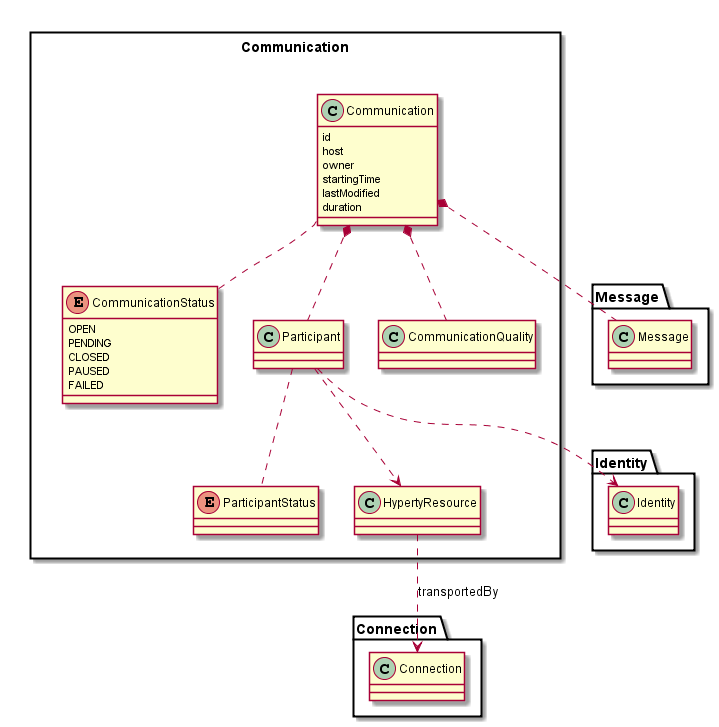
Above: docs/datamodel/data-objects/communication/Communication-Data-Object-Model.png in reTHINK-project/dev-service-framework (PlantUML), before the change. Source of this version:
```plantuml
@startuml "../../docs/datamodel/data-objects/communication/Communication-Data-Object-Model.png"

package Communication <<Rect>> {

	class Communication {
		id
		host
		owner
		startingTime
		lastModified
		duration
	}

	enum CommunicationStatus {
		OPEN
		PENDING
		CLOSED
		PAUSED
		FAILED
	}

	enum ParticipantStatus {
	}

	class Participant {
	}

	class CommunicationQuality {
	}

	class HypertyResource {
	}

	Communication .. CommunicationStatus
	Communication *.. Participant
	Communication *.. CommunicationQuality
	Communication *.. Message.Message
	Participant .. ParticipantStatus
	Participant ..> HypertyResource
	Participant ..> Identity.Identity

	HypertyResource ..> Connection.Connection : transportedBy
}

@enduml
```
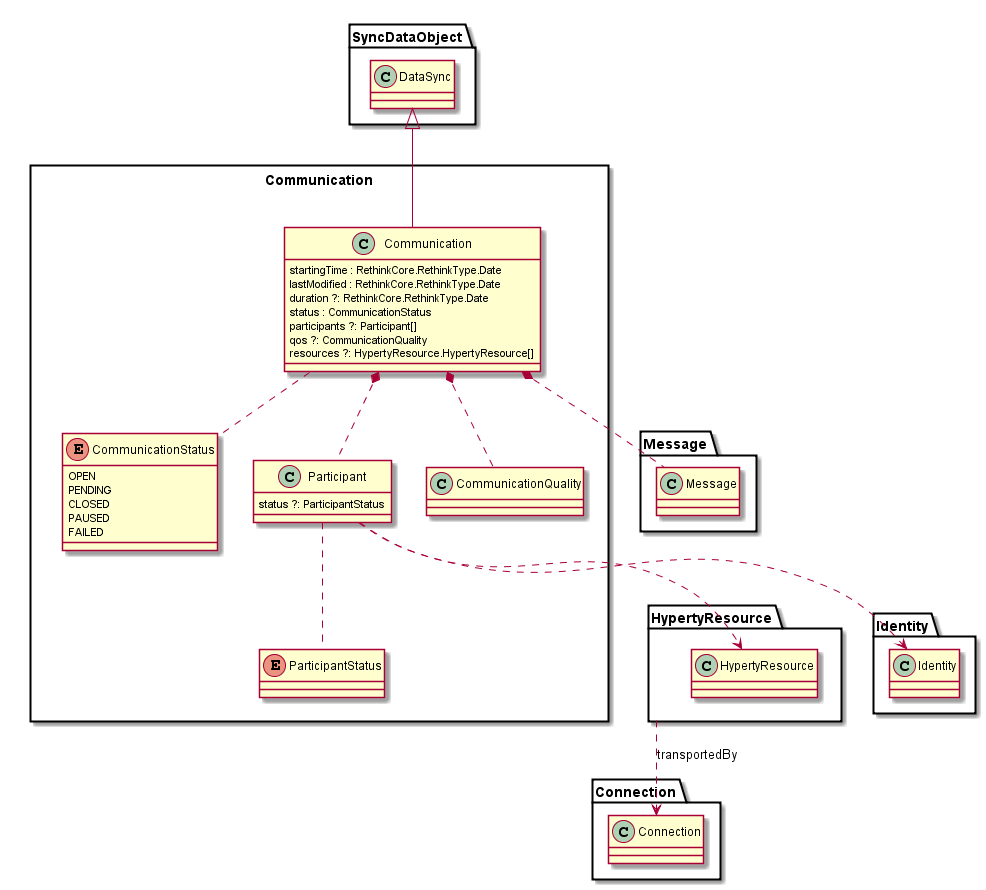
The same file after the commit.

Commit message:
Communication and Hyperty Resource model completed to be usable for WP5

Diff of the diagram source:
```diff
@@ -3,12 +3,13 @@
 package Communication <<Rect>> {
 
 	class Communication {
-		id
-		host
-		owner
-		startingTime
-		lastModified
-		duration
+		startingTime : RethinkCore.RethinkType.Date
+		lastModified : RethinkCore.RethinkType.Date
+		duration ?: RethinkCore.RethinkType.Date
+		status : CommunicationStatus
+		participants ?: Participant[]
+		qos ?: CommunicationQuality
+		resources ?: HypertyResource.HypertyResource[]
 	}
 
 	enum CommunicationStatus {
@@ -23,20 +24,19 @@
 	}
 
 	class Participant {
+		status ?: ParticipantStatus
 	}
 
 	class CommunicationQuality {
 	}
 
-	class HypertyResource {
-	}
-
+	Communication -up-|> SyncDataObject.DataSync
 	Communication .. CommunicationStatus
 	Communication *.. Participant
 	Communication *.. CommunicationQuality
 	Communication *.. Message.Message
 	Participant .. ParticipantStatus
-	Participant ..> HypertyResource
+	Participant ..> HypertyResource.HypertyResource
 	Participant ..> Identity.Identity
 
 	HypertyResource ..> Connection.Connection : transportedBy
```
